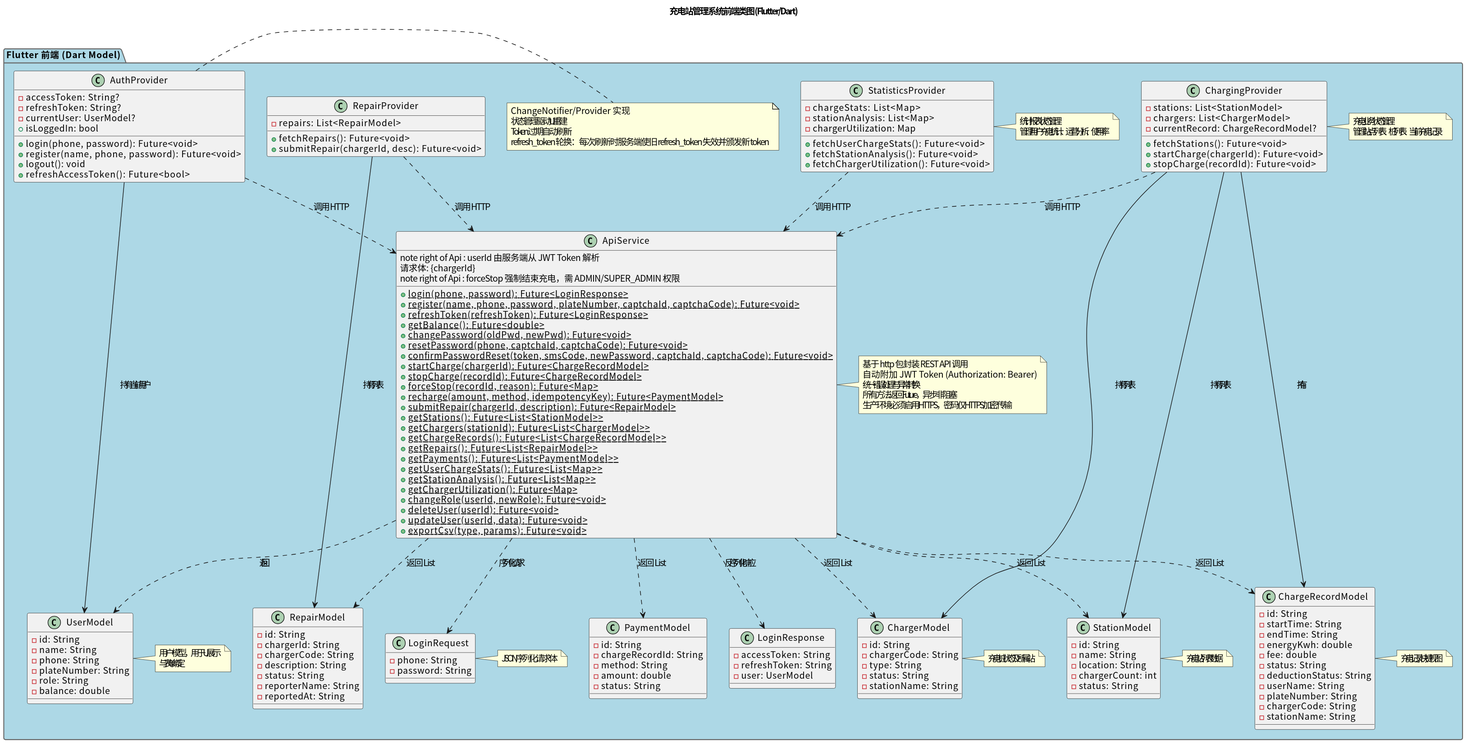
The PlantUML diagram class/img/frontend_class_diagram.svg in greenhandzdl/charging-station-doc, before a commit.
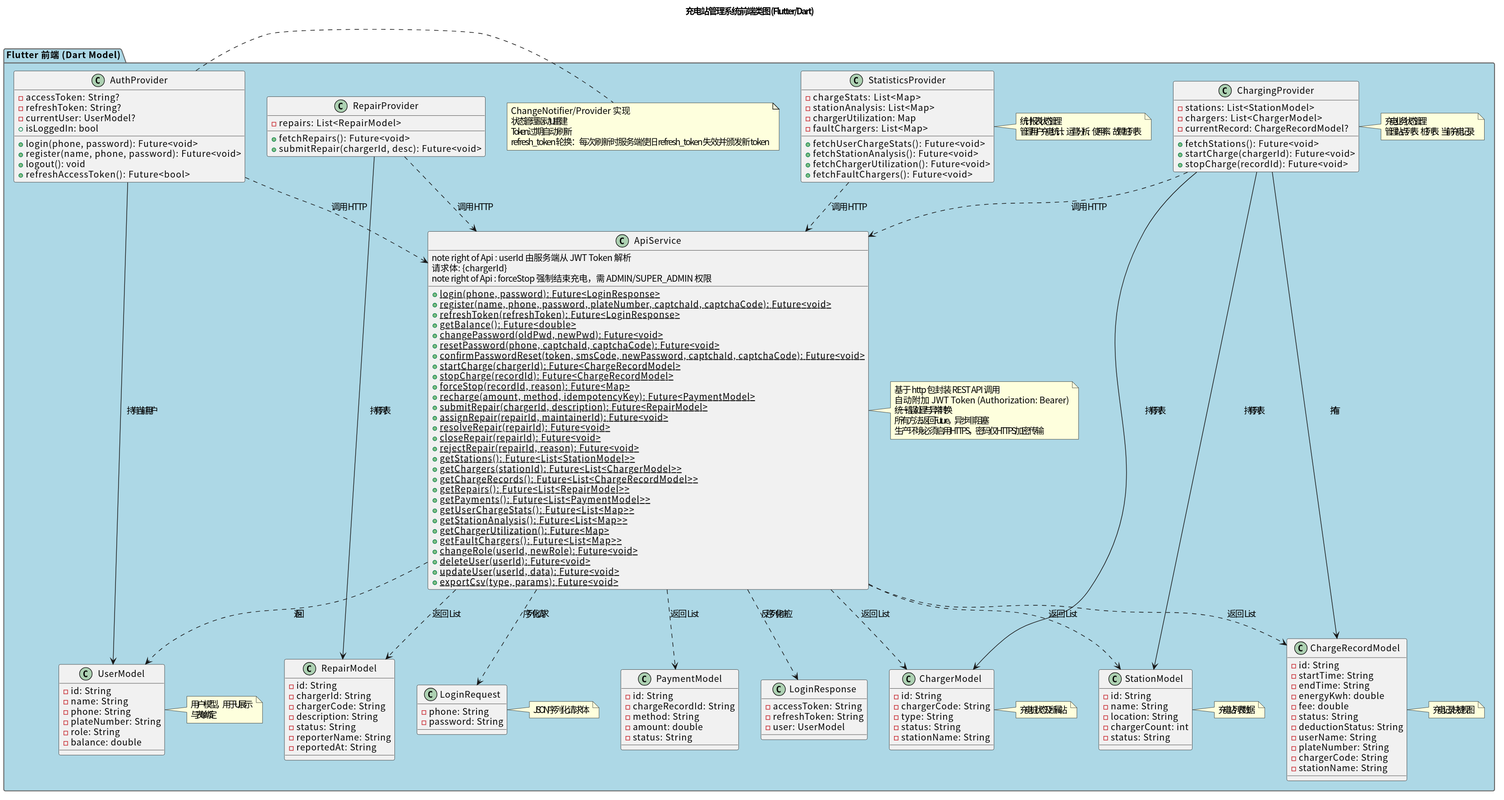
After the commit.

Commit message:
fix: 第24轮评估修复 — 跨图一致性全面补全（1 CRITICAL + 2 MAJOR + 1 MINOR）

Change to the diagram source:
```diff
@@ -97,6 +97,10 @@
     note right of Api : forceStop 强制结束充电，需 ADMIN/SUPER_ADMIN 权限
     + {static} recharge(amount, method, idempotencyKey): Future<PaymentModel>
     + {static} submitRepair(chargerId, description): Future<RepairModel>
+    + {static} assignRepair(repairId, maintainerId): Future<void>
+    + {static} resolveRepair(repairId): Future<void>
+    + {static} closeRepair(repairId): Future<void>
+    + {static} rejectRepair(repairId, reason): Future<void>
     + {static} getStations(): Future<List<StationModel>>
     + {static} getChargers(stationId): Future<List<ChargerModel>>
     + {static} getChargeRecords(): Future<List<ChargeRecordModel>>
@@ -105,6 +109,7 @@
     + {static} getUserChargeStats(): Future<List<Map>>
     + {static} getStationAnalysis(): Future<List<Map>>
     + {static} getChargerUtilization(): Future<Map>
+    + {static} getFaultChargers(): Future<List<Map>>
     + {static} changeRole(userId, newRole): Future<void>
     + {static} deleteUser(userId): Future<void>
     + {static} updateUser(userId, data): Future<void>
@@ -144,11 +149,13 @@
     - chargeStats: List<Map>
     - stationAnalysis: List<Map>
     - chargerUtilization: Map
+    - faultChargers: List<Map>
     + fetchUserChargeStats(): Future<void>
     + fetchStationAnalysis(): Future<void>
     + fetchChargerUtilization(): Future<void>
+    + fetchFaultChargers(): Future<void>
   }
-  note right of StatsP : 统计报表状态管理\n管理用户充电统计、运营分析、使用率
+  note right of StatsP : 统计报表状态管理\n管理用户充电统计、运营分析、使用率、故障桩列表
 }
 
 Api ..> LoginReq : 序列化请求
```
